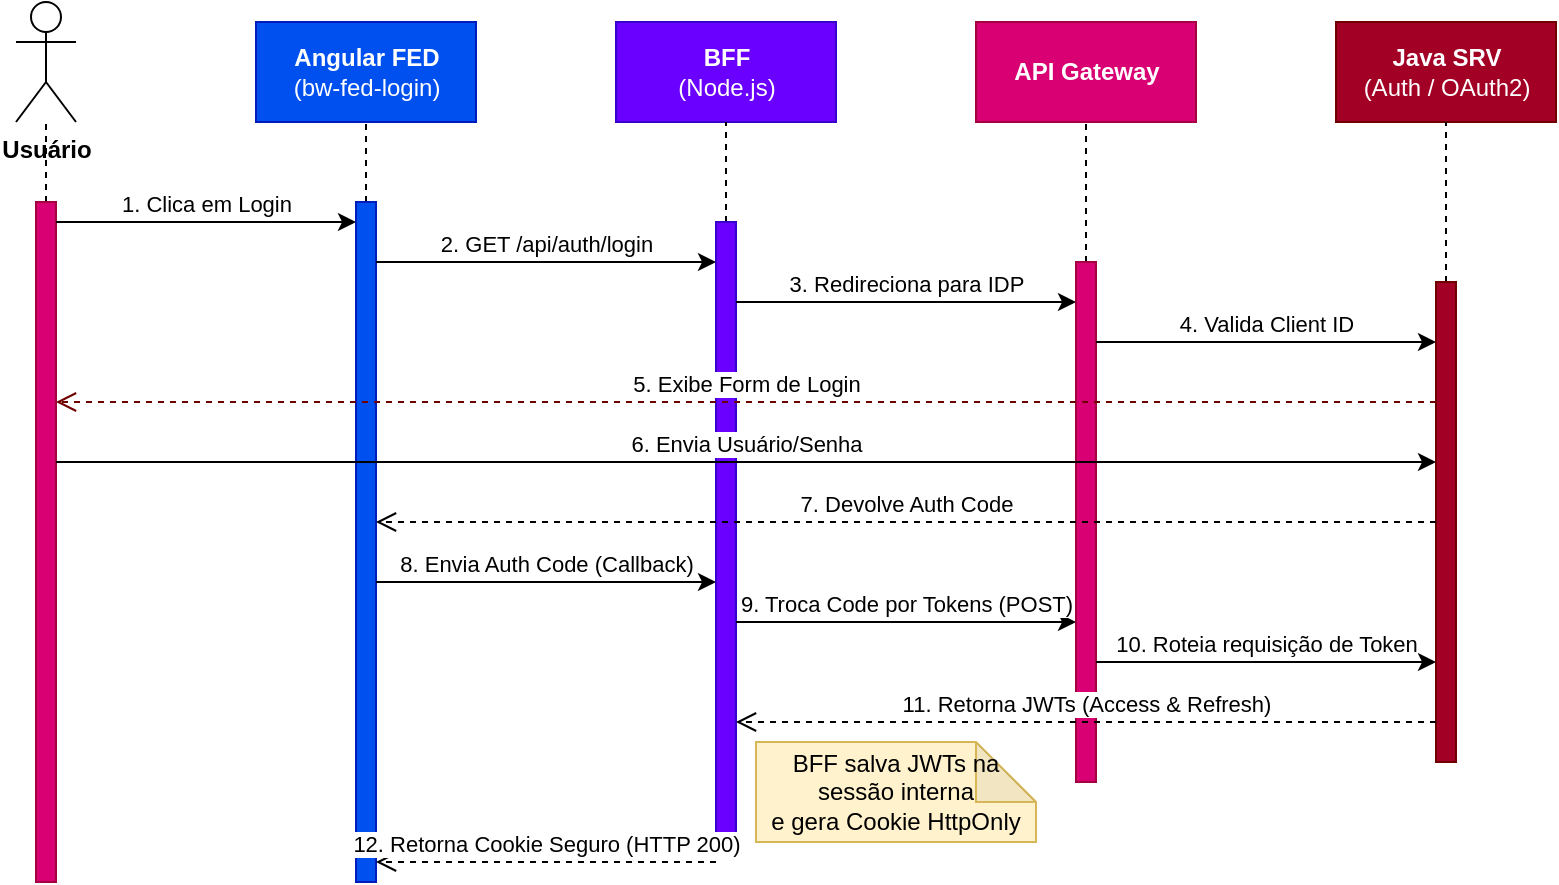
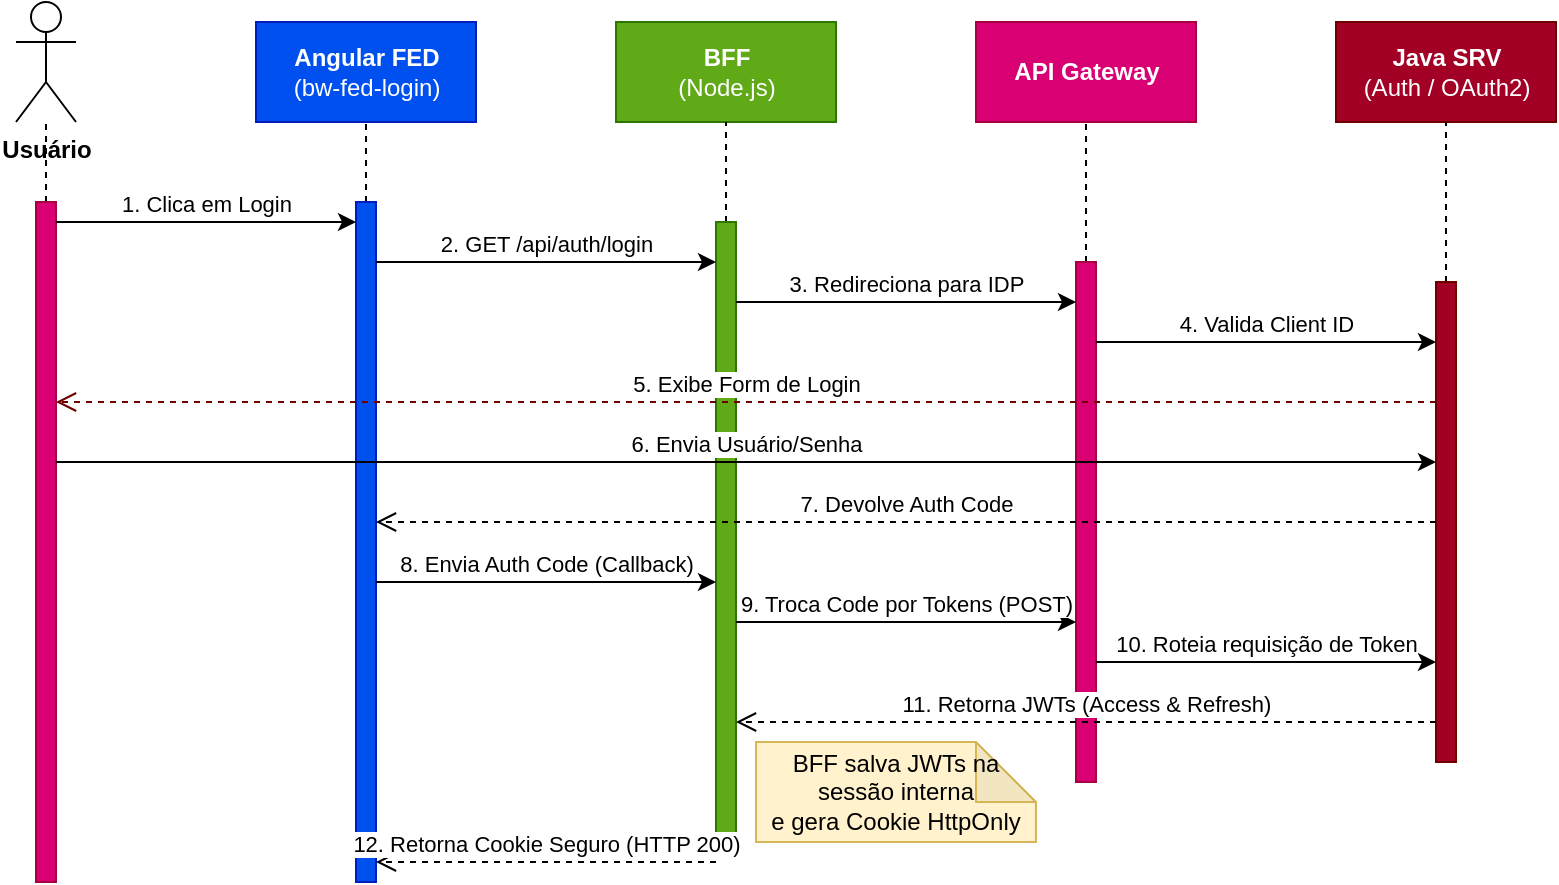
<mxfile host="app.diagrams.net">
  <diagram name="Fluxo Autenticação" id="yyk0flzNGpBa0gyoFPbk">
    <mxGraphModel dx="860" dy="431" grid="1" gridSize="10" guides="1" tooltips="1" connect="1" arrows="1" fold="1" page="1" pageScale="1" pageWidth="1169" pageHeight="827" math="0" shadow="0">
      <root>
        <mxCell id="0" />
        <mxCell id="1" parent="0" />
        <mxCell id="UbM-DHjGWb1cBcI7hBhp-1" parent="1" style="shape=umlActor;verticalLabelPosition=bottom;verticalAlign=top;html=1;outlineConnect=0;" value="&lt;b&gt;Usuário&lt;/b&gt;" vertex="1">
          <mxGeometry height="60" width="30" x="70" y="30" as="geometry" />
        </mxCell>
        <mxCell id="UbM-DHjGWb1cBcI7hBhp-2" edge="1" parent="1" source="UbM-DHjGWb1cBcI7hBhp-11" style="endArrow=none;dashed=1;html=1;startArrow=none;" target="UbM-DHjGWb1cBcI7hBhp-1" value="">
          <mxGeometry height="50" relative="1" width="50" as="geometry">
            <mxPoint x="85" y="590" as="sourcePoint" />
          </mxGeometry>
        </mxCell>
        <mxCell id="UbM-DHjGWb1cBcI7hBhp-3" parent="1" style="html=1;fillColor=#0050ef;fontColor=#ffffff;strokeColor=#001DBC;" value="&lt;b&gt;Angular FED&lt;/b&gt;&lt;br&gt;(bw-fed-login)" vertex="1">
          <mxGeometry height="50" width="110" x="190" y="40" as="geometry" />
        </mxCell>
        <mxCell id="UbM-DHjGWb1cBcI7hBhp-4" edge="1" parent="1" source="UbM-DHjGWb1cBcI7hBhp-12" style="endArrow=none;dashed=1;html=1;startArrow=none;" target="UbM-DHjGWb1cBcI7hBhp-3" value="">
          <mxGeometry height="50" relative="1" width="50" as="geometry">
            <mxPoint x="245" y="590" as="sourcePoint" />
          </mxGeometry>
        </mxCell>
-         <mxCell id="UbM-DHjGWb1cBcI7hBhp-5" parent="1" style="html=1;fillColor=#6a00ff;fontColor=#ffffff;strokeColor=#3700CC;" value="&lt;b&gt;BFF&lt;/b&gt;&lt;br&gt;(Node.js)" vertex="1">
+         <mxCell id="UbM-DHjGWb1cBcI7hBhp-5" parent="1" style="html=1;fillColor=#60a917;fontColor=#ffffff;strokeColor=#2D7600;" value="&lt;b&gt;BFF&lt;/b&gt;&lt;br&gt;(Node.js)" vertex="1">
          <mxGeometry height="50" width="110" x="370" y="40" as="geometry" />
        </mxCell>
        <mxCell id="UbM-DHjGWb1cBcI7hBhp-6" edge="1" parent="1" source="UbM-DHjGWb1cBcI7hBhp-13" style="endArrow=none;dashed=1;html=1;startArrow=none;" target="UbM-DHjGWb1cBcI7hBhp-5" value="">
          <mxGeometry height="50" relative="1" width="50" as="geometry">
            <mxPoint x="425" y="590" as="sourcePoint" />
          </mxGeometry>
        </mxCell>
        <mxCell id="UbM-DHjGWb1cBcI7hBhp-7" parent="1" style="html=1;fillColor=#d80073;fontColor=#ffffff;strokeColor=#A50040;" value="&lt;b&gt;API Gateway&lt;/b&gt;" vertex="1">
          <mxGeometry height="50" width="110" x="550" y="40" as="geometry" />
        </mxCell>
        <mxCell id="UbM-DHjGWb1cBcI7hBhp-8" edge="1" parent="1" source="UbM-DHjGWb1cBcI7hBhp-14" style="endArrow=none;dashed=1;html=1;startArrow=none;" target="UbM-DHjGWb1cBcI7hBhp-7" value="">
          <mxGeometry height="50" relative="1" width="50" as="geometry">
            <mxPoint x="605" y="590" as="sourcePoint" />
          </mxGeometry>
        </mxCell>
        <mxCell id="UbM-DHjGWb1cBcI7hBhp-9" parent="1" style="html=1;fillColor=#a20025;fontColor=#ffffff;strokeColor=#6F0000;" value="&lt;b&gt;Java SRV&lt;/b&gt;&lt;br&gt;(Auth / OAuth2)" vertex="1">
          <mxGeometry height="50" width="110" x="730" y="40" as="geometry" />
        </mxCell>
        <mxCell id="UbM-DHjGWb1cBcI7hBhp-10" edge="1" parent="1" source="UbM-DHjGWb1cBcI7hBhp-15" style="endArrow=none;dashed=1;html=1;startArrow=none;" target="UbM-DHjGWb1cBcI7hBhp-9" value="">
          <mxGeometry height="50" relative="1" width="50" as="geometry">
            <mxPoint x="785" y="590" as="sourcePoint" />
          </mxGeometry>
        </mxCell>
        <mxCell id="UbM-DHjGWb1cBcI7hBhp-11" parent="1" style="html=1;points=[];perimeter=orthogonalPerimeter;fillColor=#d80073;fontColor=#ffffff;strokeColor=#A50040;" value="" vertex="1">
          <mxGeometry height="340" width="10" x="80" y="130" as="geometry" />
        </mxCell>
        <mxCell id="UbM-DHjGWb1cBcI7hBhp-12" parent="1" style="html=1;points=[];perimeter=orthogonalPerimeter;fillColor=#0050ef;fontColor=#ffffff;strokeColor=#001DBC;" value="" vertex="1">
          <mxGeometry height="340" width="10" x="240" y="130" as="geometry" />
        </mxCell>
-         <mxCell id="UbM-DHjGWb1cBcI7hBhp-13" parent="1" style="html=1;points=[];perimeter=orthogonalPerimeter;fillColor=#6a00ff;fontColor=#ffffff;strokeColor=#3700CC;" value="" vertex="1">
+         <mxCell id="UbM-DHjGWb1cBcI7hBhp-13" parent="1" style="html=1;points=[];perimeter=orthogonalPerimeter;fillColor=#60a917;fontColor=#ffffff;strokeColor=#2D7600;" value="" vertex="1">
          <mxGeometry height="310" width="10" x="420" y="140" as="geometry" />
        </mxCell>
        <mxCell id="UbM-DHjGWb1cBcI7hBhp-14" parent="1" style="html=1;points=[];perimeter=orthogonalPerimeter;fillColor=#d80073;fontColor=#ffffff;strokeColor=#A50040;" value="" vertex="1">
          <mxGeometry height="260" width="10" x="600" y="160" as="geometry" />
        </mxCell>
        <mxCell id="UbM-DHjGWb1cBcI7hBhp-15" parent="1" style="html=1;points=[];perimeter=orthogonalPerimeter;fillColor=#a20025;fontColor=#ffffff;strokeColor=#6F0000;" value="" vertex="1">
          <mxGeometry height="240" width="10" x="780" y="170" as="geometry" />
        </mxCell>
        <mxCell id="UbM-DHjGWb1cBcI7hBhp-16" edge="1" parent="1" style="endArrow=classic;html=1;verticalAlign=bottom;" value="1. Clica em Login">
          <mxGeometry relative="1" as="geometry">
            <mxPoint x="90" y="140" as="sourcePoint" />
            <mxPoint x="240" y="140" as="targetPoint" />
          </mxGeometry>
        </mxCell>
        <mxCell id="UbM-DHjGWb1cBcI7hBhp-17" edge="1" parent="1" style="endArrow=classic;html=1;verticalAlign=bottom;" value="2. GET /api/auth/login">
          <mxGeometry relative="1" as="geometry">
            <mxPoint x="250" y="160" as="sourcePoint" />
            <mxPoint x="420" y="160" as="targetPoint" />
          </mxGeometry>
        </mxCell>
        <mxCell id="UbM-DHjGWb1cBcI7hBhp-18" edge="1" parent="1" style="endArrow=classic;html=1;verticalAlign=bottom;" value="3. Redireciona para IDP">
          <mxGeometry relative="1" as="geometry">
            <mxPoint x="430" y="180" as="sourcePoint" />
            <mxPoint x="600" y="180" as="targetPoint" />
          </mxGeometry>
        </mxCell>
        <mxCell id="UbM-DHjGWb1cBcI7hBhp-19" edge="1" parent="1" style="endArrow=classic;html=1;verticalAlign=bottom;" value="4. Valida Client ID">
          <mxGeometry relative="1" as="geometry">
            <mxPoint x="610" y="200" as="sourcePoint" />
            <mxPoint x="780" y="200" as="targetPoint" />
          </mxGeometry>
        </mxCell>
        <mxCell id="UbM-DHjGWb1cBcI7hBhp-20" edge="1" parent="1" style="endArrow=open;dashed=1;endSize=8;html=1;verticalAlign=bottom;fillColor=#a20025;strokeColor=#6F0000;" value="5. Exibe Form de Login">
          <mxGeometry relative="1" as="geometry">
            <mxPoint x="780" y="230" as="sourcePoint" />
            <mxPoint x="90" y="230" as="targetPoint" />
          </mxGeometry>
        </mxCell>
        <mxCell id="UbM-DHjGWb1cBcI7hBhp-21" edge="1" parent="1" style="endArrow=classic;html=1;verticalAlign=bottom;" value="6. Envia Usuário/Senha">
          <mxGeometry relative="1" as="geometry">
            <mxPoint x="90" y="260" as="sourcePoint" />
            <mxPoint x="780" y="260" as="targetPoint" />
          </mxGeometry>
        </mxCell>
        <mxCell id="UbM-DHjGWb1cBcI7hBhp-22" edge="1" parent="1" style="endArrow=open;dashed=1;endSize=8;html=1;verticalAlign=bottom;" value="7. Devolve Auth Code">
          <mxGeometry relative="1" as="geometry">
            <mxPoint x="780" y="290" as="sourcePoint" />
            <mxPoint x="250" y="290" as="targetPoint" />
          </mxGeometry>
        </mxCell>
        <mxCell id="UbM-DHjGWb1cBcI7hBhp-23" edge="1" parent="1" style="endArrow=classic;html=1;verticalAlign=bottom;" value="8. Envia Auth Code (Callback)">
          <mxGeometry relative="1" as="geometry">
            <mxPoint x="250" y="320" as="sourcePoint" />
            <mxPoint x="420" y="320" as="targetPoint" />
          </mxGeometry>
        </mxCell>
        <mxCell id="UbM-DHjGWb1cBcI7hBhp-24" edge="1" parent="1" style="endArrow=classic;html=1;verticalAlign=bottom;" value="9. Troca Code por Tokens (POST)">
          <mxGeometry relative="1" as="geometry">
            <mxPoint x="430" y="340" as="sourcePoint" />
            <mxPoint x="600" y="340" as="targetPoint" />
          </mxGeometry>
        </mxCell>
        <mxCell id="UbM-DHjGWb1cBcI7hBhp-25" edge="1" parent="1" style="endArrow=classic;html=1;verticalAlign=bottom;" value="10. Roteia requisição de Token">
          <mxGeometry relative="1" as="geometry">
            <mxPoint x="610" y="360" as="sourcePoint" />
            <mxPoint x="780" y="360" as="targetPoint" />
          </mxGeometry>
        </mxCell>
        <mxCell id="UbM-DHjGWb1cBcI7hBhp-26" edge="1" parent="1" style="endArrow=open;dashed=1;endSize=8;html=1;verticalAlign=bottom;" value="11. Retorna JWTs (Access &amp; Refresh)">
          <mxGeometry relative="1" as="geometry">
            <mxPoint x="780" y="390" as="sourcePoint" />
            <mxPoint x="430" y="390" as="targetPoint" />
          </mxGeometry>
        </mxCell>
        <mxCell id="UbM-DHjGWb1cBcI7hBhp-27" parent="1" style="shape=note;whiteSpace=wrap;html=1;backgroundOutline=1;darkOpacity=0.05;fillColor=#fff2cc;strokeColor=#d6b656;" value="BFF salva JWTs na sessão interna&lt;br&gt;e gera Cookie HttpOnly" vertex="1">
          <mxGeometry height="50" width="140" x="440" y="400" as="geometry" />
        </mxCell>
        <mxCell id="UbM-DHjGWb1cBcI7hBhp-28" edge="1" parent="1" style="endArrow=open;dashed=1;endSize=8;html=1;verticalAlign=bottom;" value="12. Retorna Cookie Seguro (HTTP 200)">
          <mxGeometry relative="1" as="geometry">
            <mxPoint x="420" y="460" as="sourcePoint" />
            <mxPoint x="250" y="460" as="targetPoint" />
          </mxGeometry>
        </mxCell>
      </root>
    </mxGraphModel>
  </diagram>
</mxfile>
